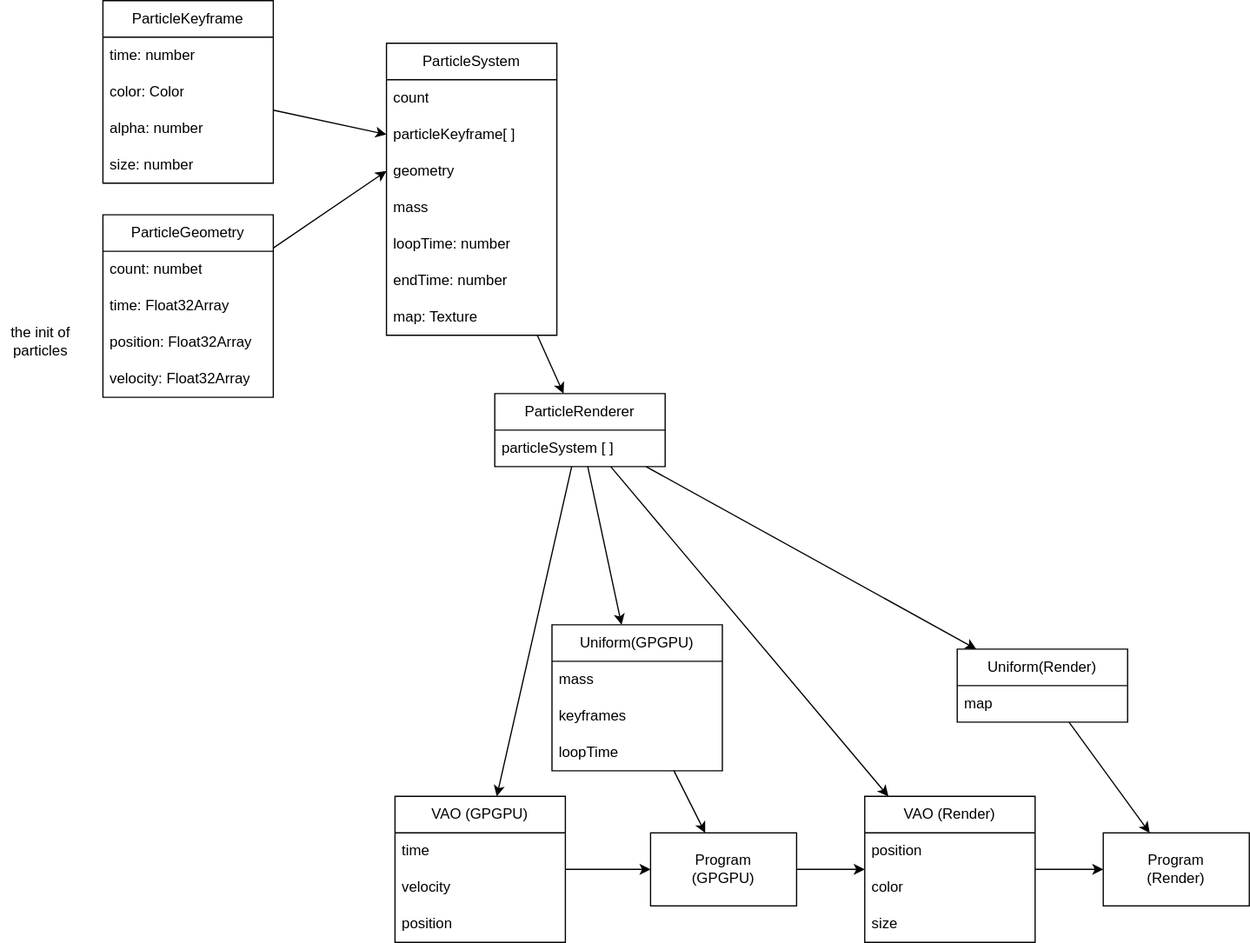
Above: 3dEngine/renderer/modules/ParticlesRendererModules/particleSystem.drawio.svg in Pyomp/js-lib (draw.io), before the change. Source tidied: cells renumbered, new cells last; positions are measured from the earlier drawing's top-left corner, leaving out a move shared by most shapes.
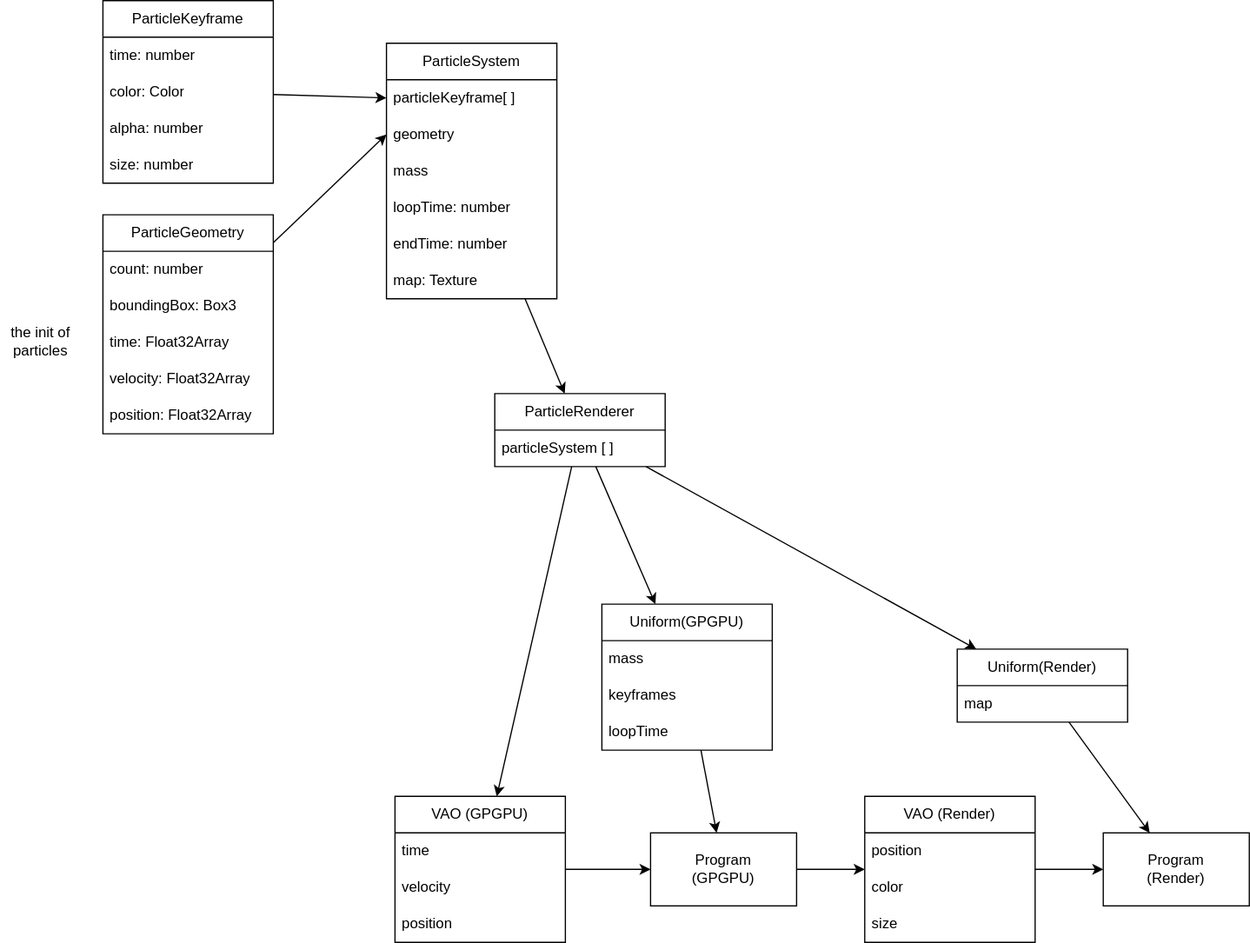
Above is the later version.

What changed in the source:
```diff
@@ -11,9 +11,6 @@
     <mxCell id="4" style="edgeStyle=none;html=1;" parent="1" edge="1" source="49" target="29">
       <mxGeometry relative="1" as="geometry" />
     </mxCell>
-    <mxCell id="5" style="edgeStyle=none;html=1;" parent="1" edge="1" source="49" target="24">
-      <mxGeometry relative="1" as="geometry" />
-    </mxCell>
     <mxCell id="6" style="edgeStyle=none;html=1;" parent="1" edge="1" source="49" target="20">
       <mxGeometry relative="1" as="geometry" />
     </mxCell>
@@ -24,28 +21,25 @@
       <mxGeometry relative="1" as="geometry" />
     </mxCell>
     <mxCell id="9" value="ParticleSystem" style="swimlane;fontStyle=0;horizontal=1;startSize=30;whiteSpace=wrap;html=1;" parent="1" vertex="1">
-      <mxGeometry x="317" y="35" width="140" height="240" as="geometry" />
+      <mxGeometry x="317" y="35" width="140" height="210" as="geometry" />
     </mxCell>
-    <mxCell id="10" value="count" style="text;strokeColor=none;fillColor=none;align=left;verticalAlign=middle;spacingLeft=4;spacingRight=4;overflow=hidden;whiteSpace=wrap;html=1;" parent="9" vertex="1">
-      <mxGeometry y="30" width="140" height="30" as="geometry" />
-    </mxCell>
     <mxCell id="11" value="particleKeyframe[ ]" style="text;strokeColor=none;fillColor=none;align=left;verticalAlign=middle;spacingLeft=4;spacingRight=4;overflow=hidden;points=[[0,0.5],[1,0.5]];portConstraint=eastwest;whiteSpace=wrap;html=1;" parent="9" vertex="1">
-      <mxGeometry y="60" width="140" height="30" as="geometry" />
+      <mxGeometry y="30" width="140" height="30" as="geometry" />
     </mxCell>
     <mxCell id="12" value="geometry" style="text;strokeColor=none;fillColor=none;align=left;verticalAlign=middle;spacingLeft=4;spacingRight=4;overflow=hidden;points=[[0,0.5],[1,0.5]];portConstraint=eastwest;whiteSpace=wrap;html=1;" parent="9" vertex="1">
-      <mxGeometry y="90" width="140" height="30" as="geometry" />
+      <mxGeometry y="60" width="140" height="30" as="geometry" />
     </mxCell>
     <mxCell id="13" value="mass" style="text;strokeColor=none;fillColor=none;align=left;verticalAlign=middle;spacingLeft=4;spacingRight=4;overflow=hidden;whiteSpace=wrap;html=1;" parent="9" vertex="1">
-      <mxGeometry y="120" width="140" height="30" as="geometry" />
+      <mxGeometry y="90" width="140" height="30" as="geometry" />
     </mxCell>
     <mxCell id="14" value="loopTime: number" style="text;strokeColor=none;fillColor=none;align=left;verticalAlign=middle;spacingLeft=4;spacingRight=4;overflow=hidden;whiteSpace=wrap;html=1;" parent="9" vertex="1">
-      <mxGeometry y="150" width="140" height="30" as="geometry" />
+      <mxGeometry y="120" width="140" height="30" as="geometry" />
     </mxCell>
     <mxCell id="15" value="endTime: number" style="text;strokeColor=none;fillColor=none;align=left;verticalAlign=middle;spacingLeft=4;spacingRight=4;overflow=hidden;whiteSpace=wrap;html=1;" parent="9" vertex="1">
-      <mxGeometry y="180" width="140" height="30" as="geometry" />
+      <mxGeometry y="150" width="140" height="30" as="geometry" />
     </mxCell>
     <mxCell id="16" value="map: Texture" style="text;strokeColor=none;fillColor=none;align=left;verticalAlign=middle;spacingLeft=4;spacingRight=4;overflow=hidden;whiteSpace=wrap;html=1;" parent="9" vertex="1">
-      <mxGeometry y="210" width="140" height="30" as="geometry" />
+      <mxGeometry y="180" width="140" height="30" as="geometry" />
     </mxCell>
     <mxCell id="17" style="edgeStyle=none;html=1;" parent="1" edge="1" source="18" target="24">
       <mxGeometry relative="1" as="geometry" />
@@ -93,7 +87,7 @@
       <mxGeometry relative="1" as="geometry" />
     </mxCell>
     <mxCell id="32" value="Uniform(GPGPU)" style="swimlane;fontStyle=0;horizontal=1;startSize=30;whiteSpace=wrap;html=1;" parent="1" vertex="1">
-      <mxGeometry x="453" y="513" width="140" height="120" as="geometry" />
+      <mxGeometry x="494" y="496" width="140" height="120" as="geometry" />
     </mxCell>
     <mxCell id="33" value="mass" style="text;strokeColor=none;fillColor=none;align=left;verticalAlign=middle;spacingLeft=4;spacingRight=4;overflow=hidden;whiteSpace=wrap;html=1;" parent="32" vertex="1">
       <mxGeometry y="30" width="140" height="30" as="geometry" />
@@ -126,20 +120,23 @@
       <mxGeometry relative="1" as="geometry" />
     </mxCell>
     <mxCell id="43" value="&lt;span style=&quot;text-align: left;&quot;&gt;ParticleGeometry&lt;/span&gt;" style="swimlane;fontStyle=0;horizontal=1;startSize=30;whiteSpace=wrap;html=1;" parent="1" vertex="1">
-      <mxGeometry x="84" y="176" width="140" height="150" as="geometry" />
+      <mxGeometry x="84" y="176" width="140" height="180" as="geometry" />
     </mxCell>
-    <mxCell id="44" value="count: numbet" style="text;strokeColor=none;fillColor=none;align=left;verticalAlign=middle;spacingLeft=4;spacingRight=4;overflow=hidden;whiteSpace=wrap;html=1;" parent="43" vertex="1">
+    <mxCell id="44" value="count: number" style="text;strokeColor=none;fillColor=none;align=left;verticalAlign=middle;spacingLeft=4;spacingRight=4;overflow=hidden;whiteSpace=wrap;html=1;" parent="43" vertex="1">
       <mxGeometry y="30" width="140" height="30" as="geometry" />
     </mxCell>
+    <mxCell id="51" value="boundingBox: Box3" style="text;strokeColor=none;fillColor=none;align=left;verticalAlign=middle;spacingLeft=4;spacingRight=4;overflow=hidden;whiteSpace=wrap;html=1;" parent="43" vertex="1">
+      <mxGeometry y="60" width="140" height="30" as="geometry" />
+    </mxCell>
     <mxCell id="45" value="time: Float32Array" style="text;strokeColor=none;fillColor=none;align=left;verticalAlign=middle;spacingLeft=4;spacingRight=4;overflow=hidden;whiteSpace=wrap;html=1;" parent="43" vertex="1">
-      <mxGeometry y="60" width="140" height="30" as="geometry" />
+      <mxGeometry y="90" width="140" height="30" as="geometry" />
     </mxCell>
+    <mxCell id="47" value="velocity: Float32Array" style="text;strokeColor=none;fillColor=none;align=left;verticalAlign=middle;spacingLeft=4;spacingRight=4;overflow=hidden;whiteSpace=wrap;html=1;" parent="43" vertex="1">
+      <mxGeometry y="120" width="140" height="30" as="geometry" />
+    </mxCell>
     <mxCell id="46" value="position: Float32Array" style="text;strokeColor=none;fillColor=none;align=left;verticalAlign=middle;spacingLeft=4;spacingRight=4;overflow=hidden;whiteSpace=wrap;html=1;" parent="43" vertex="1">
-      <mxGeometry y="90" width="140" height="30" as="geometry" />
+      <mxGeometry y="150" width="140" height="30" as="geometry" />
     </mxCell>
-    <mxCell id="47" value="velocity: Float32Array" style="text;strokeColor=none;fillColor=none;align=left;verticalAlign=middle;spacingLeft=4;spacingRight=4;overflow=hidden;whiteSpace=wrap;html=1;" parent="43" vertex="1">
-      <mxGeometry y="120" width="140" height="30" as="geometry" />
-    </mxCell>
     <mxCell id="48" value="the init of particles" style="text;html=1;strokeColor=none;fillColor=none;align=center;verticalAlign=middle;whiteSpace=wrap;rounded=0;" parent="1" vertex="1">
       <mxGeometry y="260" width="66" height="40" as="geometry" />
     </mxCell>
```
